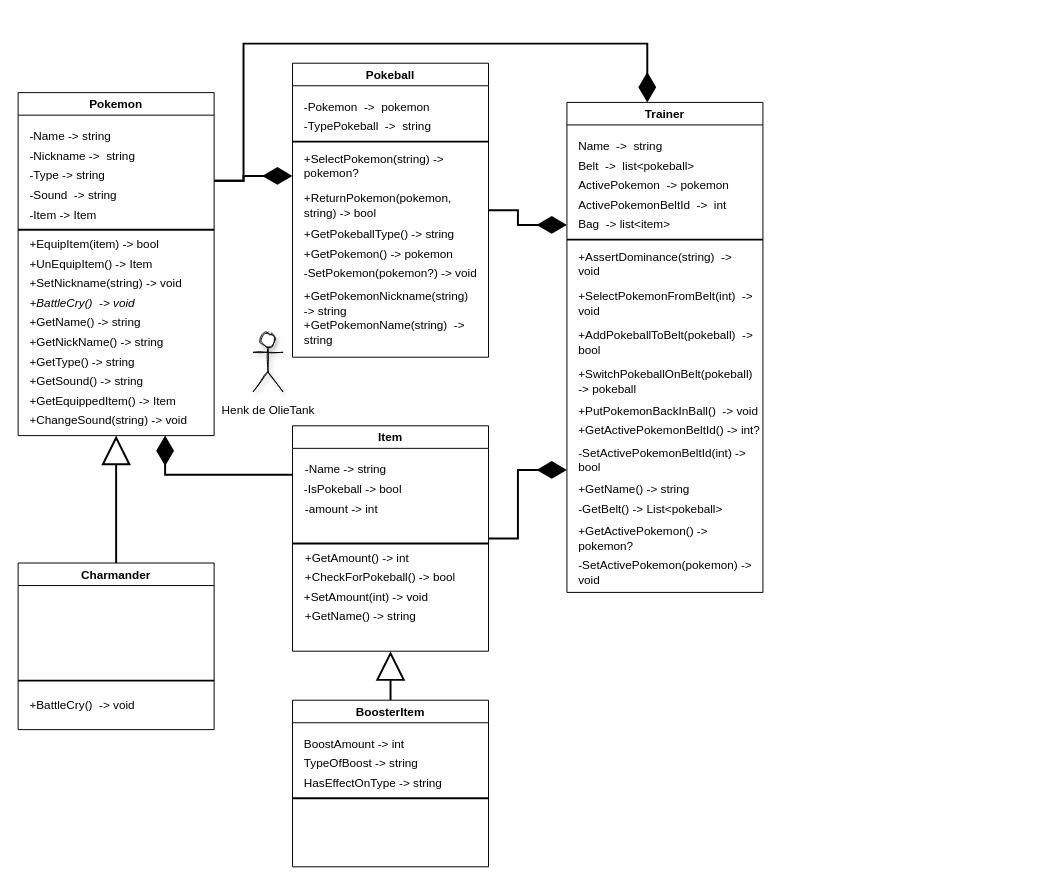
oldmartijntje/Pokemon-Battle-Simulator keeps this draw.io diagram as Pokemon-Battle-Sim/class diagram.drawio. Above is the earlier version. Source tidied: cells renumbered, new cells numbered last; positions are measured from the earlier drawing's top-left corner, leaving out a move shared by most shapes. Both pictures are drawn from the tidied source at 98%, with x=0, y=0 at pixel (18, 43).
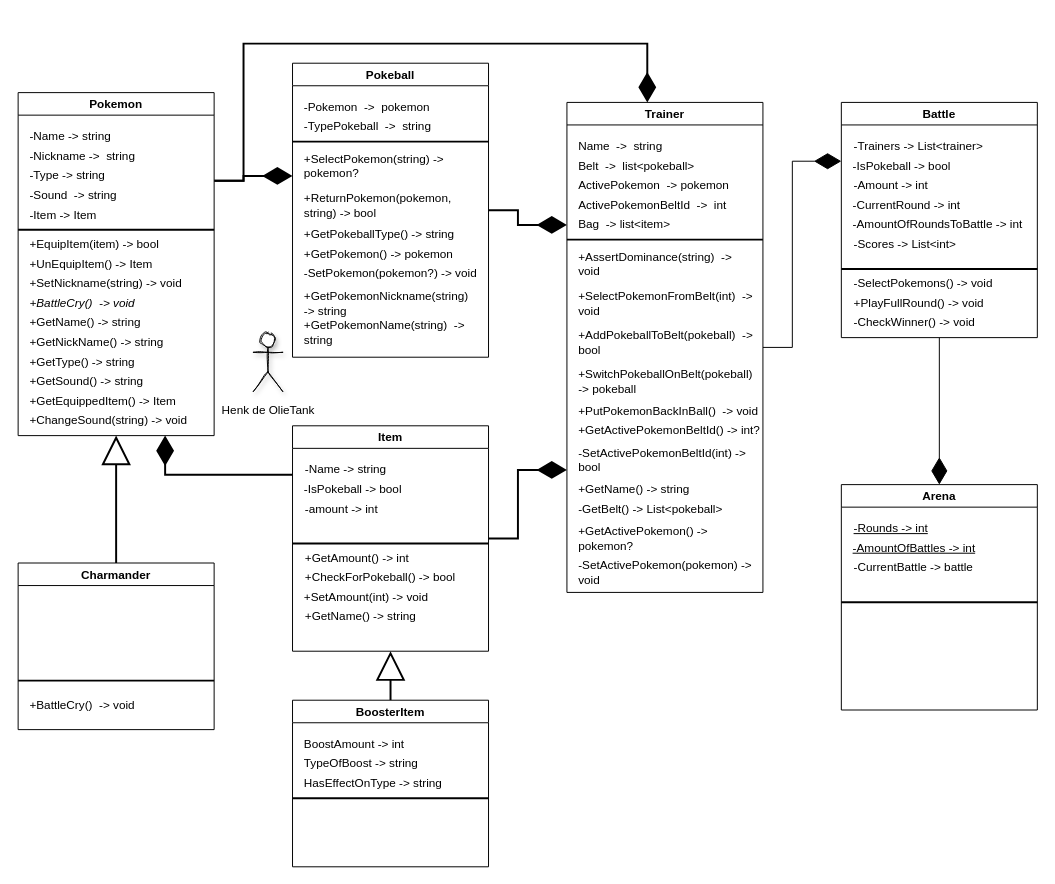
Above is the later version.

The change refers to these unchanged cells:
```xml
<mxCell id="34" value="Trainer" style="swimlane;fillStyle=auto;fillColor=default;swimlaneFillColor=default;" parent="1" vertex="1">
  <mxGeometry x="560" y="60" width="200" height="500" as="geometry" />
</mxCell>
```

The edit, as a diff of the source:
```diff
@@
+    <mxCell id="73" style="edgeStyle=orthogonalEdgeStyle;rounded=0;jettySize=auto;html=1;strokeWidth=1;endSize=25;endArrow=diamondThin;endFill=1;entryX=0;entryY=0.25;entryDx=0;entryDy=0;" parent="1" edge="1" source="34" target="75">
+      <mxGeometry relative="1" as="geometry" />
+    </mxCell>
@@
+    <mxCell id="74" style="edgeStyle=orthogonalEdgeStyle;rounded=0;jettySize=auto;html=1;entryX=0.5;entryY=0;entryDx=0;entryDy=0;strokeWidth=1;endArrow=diamondThin;endFill=1;endSize=25;" parent="1" edge="1" source="75" target="86">
+      <mxGeometry relative="1" as="geometry" />
+    </mxCell>
+    <mxCell id="75" value="Battle" style="swimlane;fillStyle=auto;fillColor=default;swimlaneFillColor=default;" parent="1" vertex="1">
+      <mxGeometry x="840" y="60" width="200" height="240" as="geometry" />
+    </mxCell>
+    <mxCell id="76" style="endArrow=none;html=1;rounded=0;strokeColor=default;strokeWidth=2;startSize=6;endSize=25;jumpStyle=none;jumpSize=6;" parent="75" edge="1">
+      <mxGeometry relative="1" as="geometry">
+        <mxPoint y="170" as="sourcePoint" />
+        <mxPoint x="200" y="170" as="targetPoint" />
+      </mxGeometry>
+    </mxCell>
+    <mxCell id="77" value="-Trainers -&amp;gt; List&amp;lt;trainer&amp;gt;" style="text;html=1;strokeColor=none;fillColor=none;align=left;verticalAlign=middle;whiteSpace=wrap;rounded=0;fillStyle=auto;" parent="75" vertex="1">
+      <mxGeometry x="11" y="30" width="180" height="30" as="geometry" />
+    </mxCell>
+    <mxCell id="78" value="-IsPokeball&amp;nbsp;-&amp;gt; bool" style="text;html=1;strokeColor=none;fillColor=none;align=left;verticalAlign=middle;whiteSpace=wrap;rounded=0;fillStyle=auto;" parent="75" vertex="1">
+      <mxGeometry x="10" y="50" width="180" height="30" as="geometry" />
+    </mxCell>
+    <mxCell id="79" value="-Amount -&amp;gt; int&amp;nbsp;" style="text;html=1;strokeColor=none;fillColor=none;align=left;verticalAlign=middle;whiteSpace=wrap;rounded=0;fillStyle=auto;" parent="75" vertex="1">
+      <mxGeometry x="11" y="70" width="180" height="30" as="geometry" />
+    </mxCell>
+    <mxCell id="80" value="-CurrentRound -&amp;gt; int" style="text;html=1;strokeColor=none;fillColor=none;align=left;verticalAlign=middle;whiteSpace=wrap;rounded=0;fillStyle=auto;" parent="75" vertex="1">
+      <mxGeometry x="10" y="90" width="180" height="30" as="geometry" />
+    </mxCell>
+    <mxCell id="81" value="-AmountOfRoundsToBattle -&amp;gt; int" style="text;html=1;strokeColor=none;fillColor=none;align=left;verticalAlign=middle;whiteSpace=wrap;rounded=0;fillStyle=auto;" parent="75" vertex="1">
+      <mxGeometry x="10" y="110" width="180" height="30" as="geometry" />
+    </mxCell>
+    <mxCell id="82" value="-Scores -&amp;gt; List&amp;lt;int&amp;gt;" style="text;html=1;strokeColor=none;fillColor=none;align=left;verticalAlign=middle;whiteSpace=wrap;rounded=0;fillStyle=auto;" parent="75" vertex="1">
+      <mxGeometry x="11" y="130" width="180" height="30" as="geometry" />
+    </mxCell>
+    <mxCell id="83" value="-SelectPokemons() -&amp;gt; void" style="text;html=1;strokeColor=none;fillColor=none;align=left;verticalAlign=middle;whiteSpace=wrap;rounded=0;fillStyle=auto;" parent="75" vertex="1">
+      <mxGeometry x="11" y="170" width="180" height="30" as="geometry" />
+    </mxCell>
+    <mxCell id="84" value="+PlayFullRound() -&amp;gt; void" style="text;html=1;strokeColor=none;fillColor=none;align=left;verticalAlign=middle;whiteSpace=wrap;rounded=0;fillStyle=auto;" parent="75" vertex="1">
+      <mxGeometry x="11" y="190" width="180" height="30" as="geometry" />
+    </mxCell>
+    <mxCell id="85" value="-CheckWinner() -&amp;gt; void" style="text;html=1;strokeColor=none;fillColor=none;align=left;verticalAlign=middle;whiteSpace=wrap;rounded=0;fillStyle=auto;" parent="75" vertex="1">
+      <mxGeometry x="11" y="210" width="180" height="30" as="geometry" />
+    </mxCell>
+    <mxCell id="86" value="Arena" style="swimlane;fillStyle=auto;fillColor=default;swimlaneFillColor=default;" parent="1" vertex="1">
+      <mxGeometry x="840" y="450" width="200" height="230" as="geometry" />
+    </mxCell>
+    <mxCell id="87" style="endArrow=none;html=1;rounded=0;strokeColor=default;strokeWidth=2;startSize=6;endSize=25;jumpStyle=none;jumpSize=6;" parent="86" edge="1">
+      <mxGeometry relative="1" as="geometry">
+        <mxPoint y="120" as="sourcePoint" />
+        <mxPoint x="200" y="120" as="targetPoint" />
+      </mxGeometry>
+    </mxCell>
+    <mxCell id="88" value="-Rounds -&amp;gt; int" style="text;html=1;strokeColor=none;fillColor=none;align=left;verticalAlign=middle;whiteSpace=wrap;rounded=0;fillStyle=auto;fontStyle=4;" parent="86" vertex="1">
+      <mxGeometry x="11" y="30" width="180" height="30" as="geometry" />
+    </mxCell>
+    <mxCell id="89" value="-AmountOfBattles -&amp;gt; int" style="text;html=1;strokeColor=none;fillColor=none;align=left;verticalAlign=middle;whiteSpace=wrap;rounded=0;fillStyle=auto;fontStyle=4;" parent="86" vertex="1">
+      <mxGeometry x="10" y="50" width="180" height="30" as="geometry" />
+    </mxCell>
+    <mxCell id="90" value="-CurrentBattle -&amp;gt; battle" style="text;html=1;strokeColor=none;fillColor=none;align=left;verticalAlign=middle;whiteSpace=wrap;rounded=0;fillStyle=auto;" parent="86" vertex="1">
+      <mxGeometry x="11" y="70" width="180" height="30" as="geometry" />
+    </mxCell>
```
